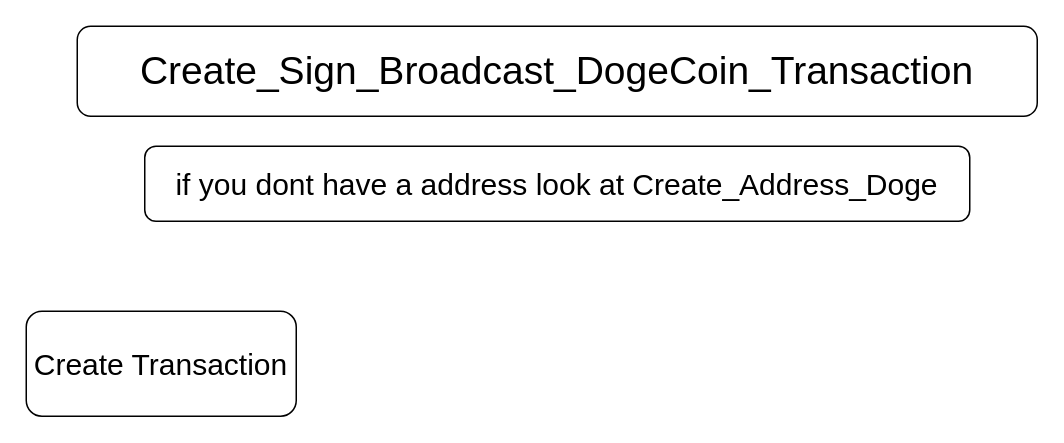
Earlier version of the draw.io diagram coin_utils/Create_Sign_Broadcast_DogeCoin_Transaction.drawio (Fleischkuechle/coin_utils). Source tidied: cells renumbered, new cells numbered last; positions are measured from the earlier drawing's top-left corner, leaving out a move shared by most shapes. Both pictures are drawn from the tidied source at 150%, with x=0, y=0 at pixel (26, 26).
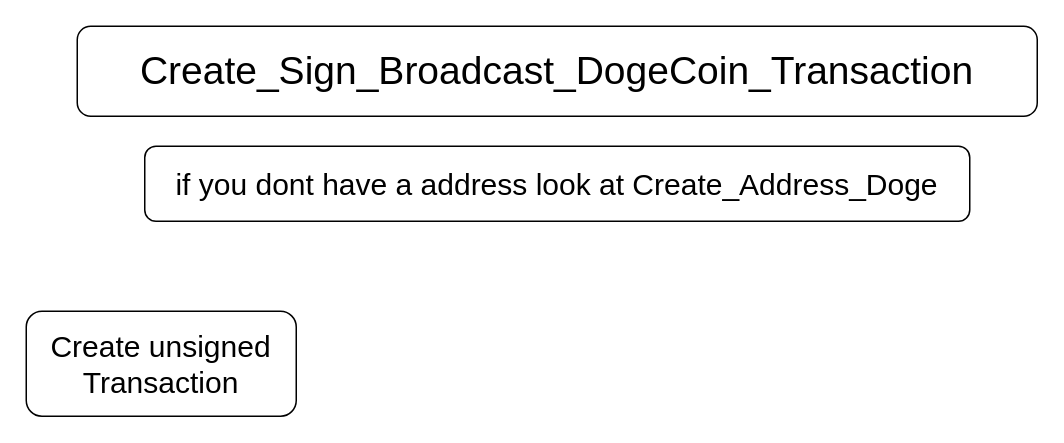
After the change.

Diff of the diagram source:
```diff
@@
 <mxGraphModel>
   <root>
     <mxCell id="0" />
     <mxCell id="1" parent="0" />
     <mxCell id="2" value="&lt;font style=&quot;font-size: 26px;&quot;&gt;Create_Sign_Broadcast_DogeCoin_Transaction&lt;/font&gt;" style="rounded=1;whiteSpace=wrap;html=1;" parent="1" vertex="1">
       <mxGeometry x="34" width="640" height="60" as="geometry" />
     </mxCell>
-    <mxCell id="3" value="&lt;font style=&quot;font-size: 20px;&quot;&gt;Create Transaction&lt;/font&gt;" style="rounded=1;whiteSpace=wrap;html=1;" parent="1" vertex="1">
+    <mxCell id="3" value="&lt;font style=&quot;font-size: 20px;&quot;&gt;Create unsigned Transaction&lt;/font&gt;" style="rounded=1;whiteSpace=wrap;html=1;" parent="1" vertex="1">
       <mxGeometry y="190" width="180" height="70" as="geometry" />
     </mxCell>
     <mxCell id="4" value="&lt;font style=&quot;font-size: 20px;&quot;&gt;if you dont have a address look at Create_Address_Doge&lt;/font&gt;" style="rounded=1;whiteSpace=wrap;html=1;" parent="1" vertex="1">
       <mxGeometry x="79" y="80" width="550" height="50" as="geometry" />
     </mxCell>
   </root>
 </mxGraphModel>
```
